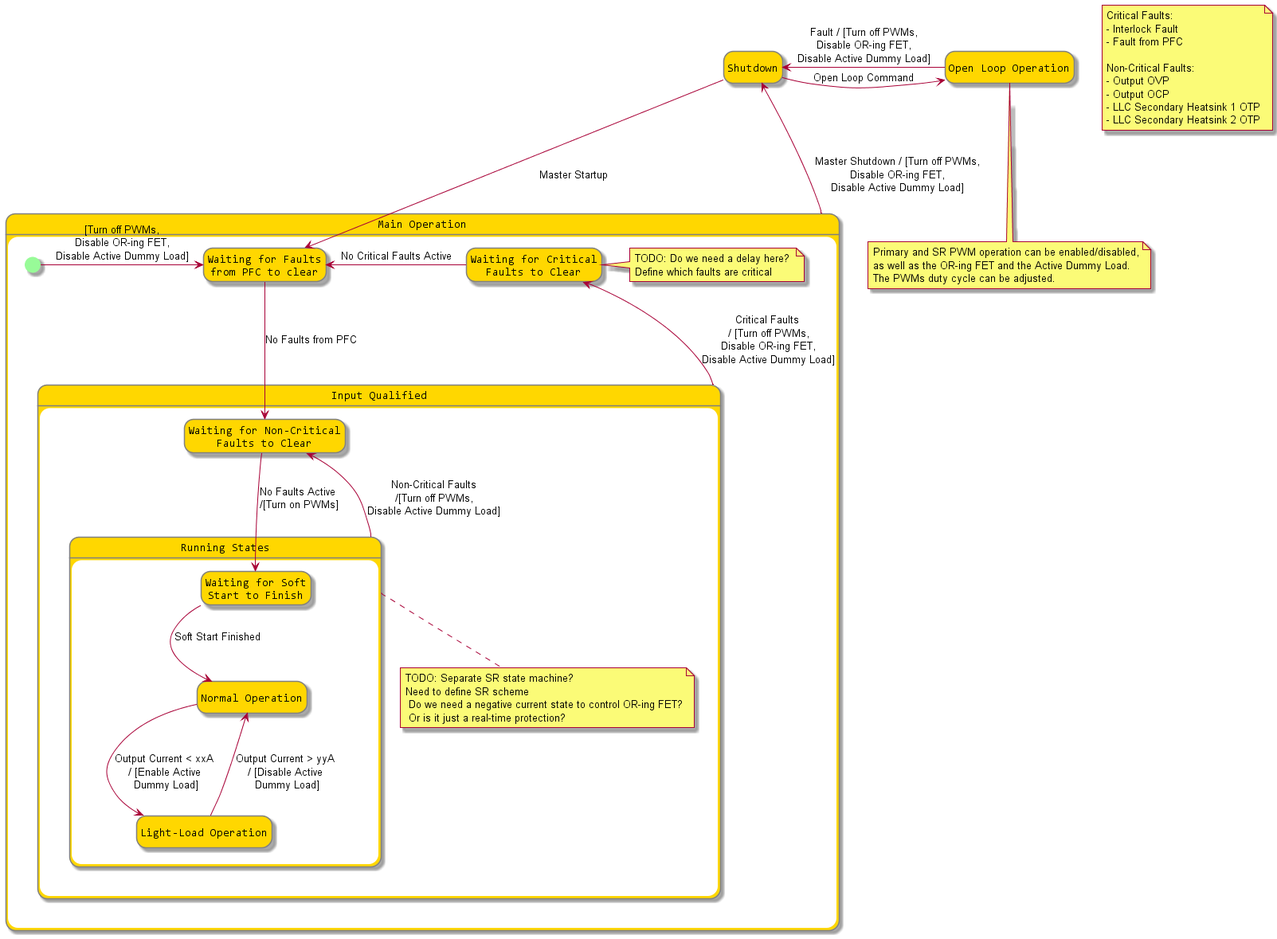
Above: Documents/State Machine Diagram/HV_LV_DCDC_StateMachine.png in gdgly/V3.0-HV-LV-DCDC (PlantUML), before the change.
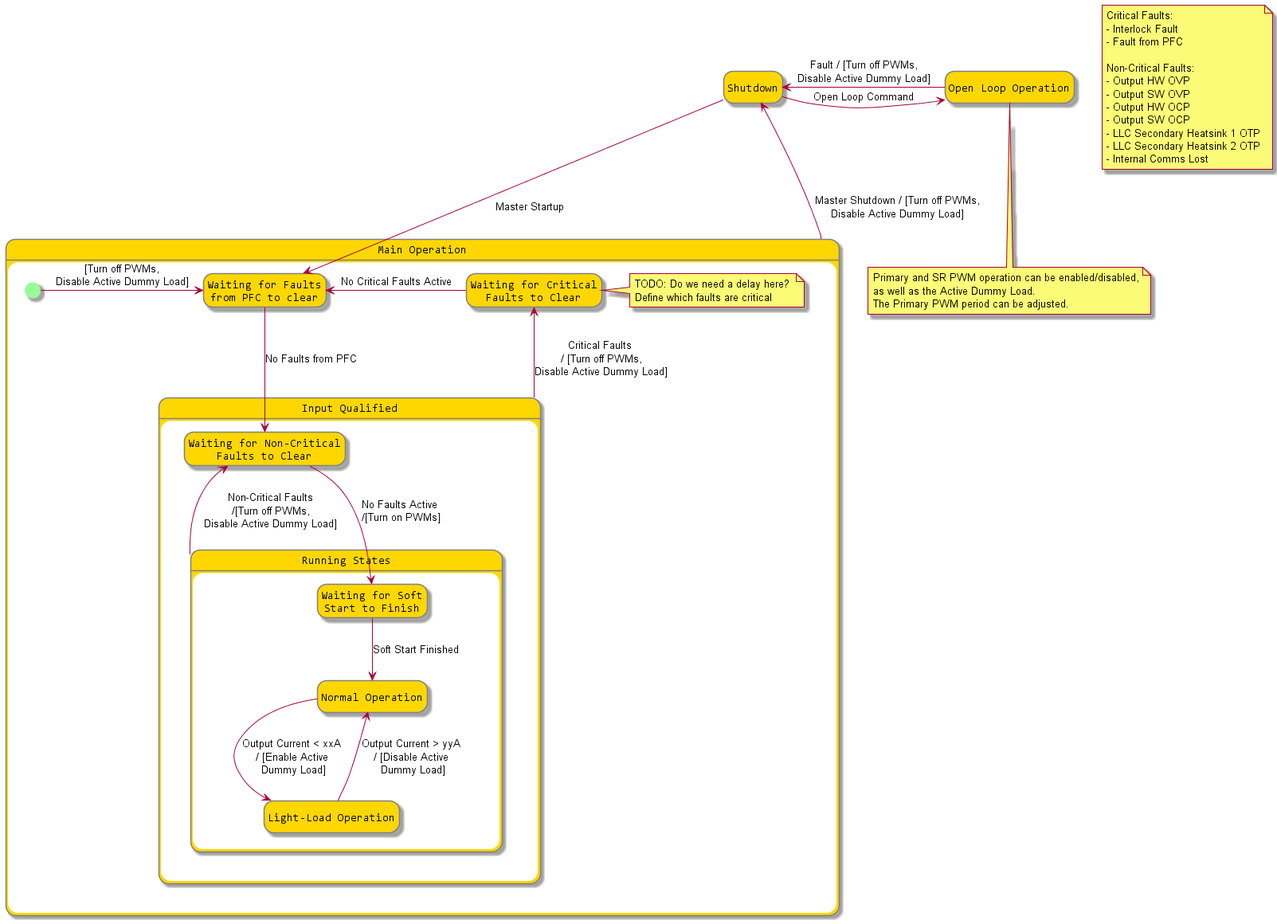
After the change.

Commit message:
Update state machine diagrams

The edit, as a diff of the source:
```diff
@@ -13,12 +13,12 @@
 
 state "Open Loop Operation" as OpenLoop
 Shutdown -left-> OpenLoop: Open Loop Command
-OpenLoop -left-> Shutdown: Fault / [Turn off PWMs,\nDisable OR-ing FET,\nDisable Active Dummy Load]
+OpenLoop -left-> Shutdown: Fault / [Turn off PWMs,\nDisable Active Dummy Load]
 
 note bottom of OpenLoop
 	Primary and SR PWM operation can be enabled/disabled,
-	as well as the OR-ing FET and the Active Dummy Load.
-	The PWMs duty cycle can be adjusted.
+	as well as the Active Dummy Load.
+	The Primary PWM period can be adjusted.
 end note
 
 
@@ -26,7 +26,7 @@
 	state "Waiting for Faults\nfrom PFC to clear" as InputQualification
 	state "Waiting for Critical\nFaults to Clear" as CriticalFaults
 
-	[*] -right-> InputQualification : [Turn off PWMs,\nDisable OR-ing FET,\nDisable Active Dummy Load]
+	[*] -right-> InputQualification : [Turn off PWMs,\nDisable Active Dummy Load]
 
 	state "Input Qualified" as InputQualified {
 
@@ -48,20 +48,18 @@
 			LightLoad -up-> Normal: Output Current > yyA \n/ [Disable Active \nDummy Load]
 		}
 
-		note bottom of RunningStates : TODO: Separate SR state machine? \nNeed to define SR scheme \n Do we need a negative current state to control OR-ing FET?\n Or is it just a real-time protection?
-
 		RunningStates -up-> StandBy : Non-Critical Faults\n/[Turn off PWMs,\nDisable Active Dummy Load]
 	}
 
 
 	CriticalFaults -left-> InputQualification : No Critical Faults Active
 
-	InputQualified -left-> CriticalFaults : Critical Faults \n/ [Turn off PWMs,\nDisable OR-ing FET,\nDisable Active Dummy Load]
+	InputQualified -left-> CriticalFaults : Critical Faults \n/ [Turn off PWMs,\nDisable Active Dummy Load]
 
 	note right of CriticalFaults : TODO: Do we need a delay here? \nDefine which faults are critical
 }
 
-MainOperation -up-> Shutdown : Master Shutdown / [Turn off PWMs,\nDisable OR-ing FET,\nDisable Active Dummy Load]
+MainOperation -up-> Shutdown : Master Shutdown / [Turn off PWMs,\nDisable Active Dummy Load]
 
 
 note as N1
@@ -70,10 +68,13 @@
 	- Fault from PFC
 
 	Non-Critical Faults:
-	- Output OVP
-	- Output OCP
+	- Output HW OVP
+	- Output SW OVP
+	- Output HW OCP
+	- Output SW OCP
 	- LLC Secondary Heatsink 1 OTP
 	- LLC Secondary Heatsink 2 OTP
+	- Internal Comms Lost
 end note
 
 @enduml
```
